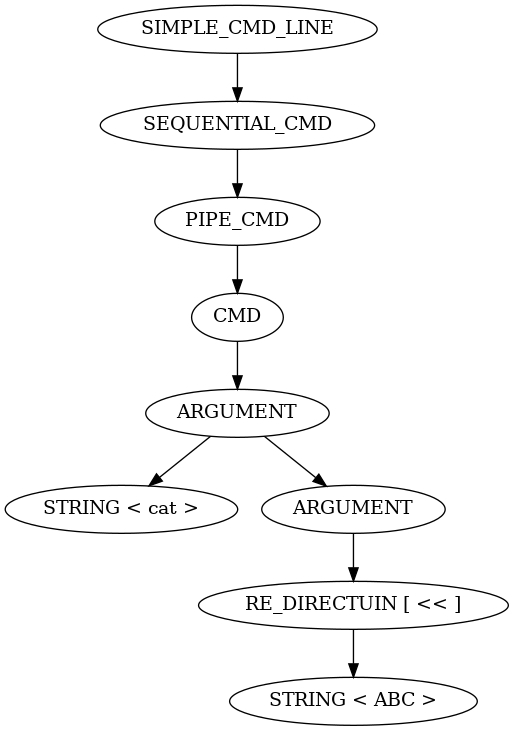
The Graphviz diagram parser.png in Glimbyte/exoshell, before a commit. Its source is kept beside it as parser.dot.
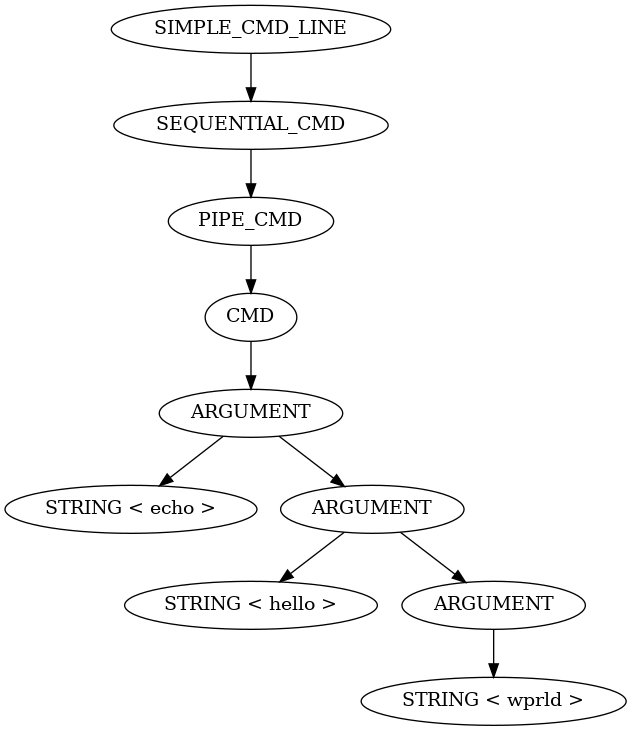
Later version of the same file.

The edit, as a diff of the source:
```diff
@@ -1,31 +1,21 @@
 digraph PARSER {
-	NODE_0x560b18c57d90 [label="SIMPLE_CMD_LINE\n"];
-	NODE_0x560b18c57d90 -> NODE_0x560b18c57d60
-	NODE_0x560b18c57d60 [label="SEQUENTIAL_CMD\n"];
-	NODE_0x560b18c57d60 -> NODE_0x560b18c57d30
-	NODE_0x560b18c57d30 [label="PIPE_CMD\n"];
-	NODE_0x560b18c57d30 -> NODE_0x560b18c57d00
-	NODE_0x560b18c57d00 [label="CMD\n"];
-	NODE_0x560b18c57d00 -> NODE_0x560b18c57cd0
-	NODE_0x560b18c57cd0 [label="ARGUMENT\n"];
-	NODE_0x560b18c57cd0 -> NODE_0x560b18c3aa30
-	NODE_0x560b18c57cd0 -> NODE_0x560b18c57ca0
-	NODE_0x560b18c3aa30 [label="STRING < cat >\n"];
-	NODE_0x560b18c57ca0 [label="ARGUMENT\n"];
-	NODE_0x560b18c57ca0 -> NODE_0x560b18c3aa60
-	NODE_0x560b18c57ca0 -> NODE_0x560b18c57c70
-	NODE_0x560b18c3aa60 [label="RE_DIRECTUIN [ << ]\n"];
-	NODE_0x560b18c3aa60 -> NODE_0x560b18c3aa90
-	NODE_0x560b18c3aa90 [label="STRING < ABC >\n"];
-	NODE_0x560b18c57c70 [label="ARGUMENT\n"];
-	NODE_0x560b18c57c70 -> NODE_0x560b18c3aac0
-	NODE_0x560b18c57c70 -> NODE_0x560b18c57c40
-	NODE_0x560b18c3aac0 [label="RE_DIRECTUIN [ << ]\n"];
-	NODE_0x560b18c3aac0 -> NODE_0x560b18c3aaf0
-	NODE_0x560b18c3aaf0 [label="STRING < DEF >\n"];
-	NODE_0x560b18c57c40 [label="ARGUMENT\n"];
-	NODE_0x560b18c57c40 -> NODE_0x560b18c57be0
-	NODE_0x560b18c57be0 [label="RE_DIRECTUIN [ << ]\n"];
-	NODE_0x560b18c57be0 -> NODE_0x560b18c57c10
-	NODE_0x560b18c57c10 [label="STRING < GHI >\n"];
+	NODE_0x5646475cac10 [label="SIMPLE_CMD_LINE\n"];
+	NODE_0x5646475cac10 -> NODE_0x5646475cabe0
+	NODE_0x5646475cabe0 [label="SEQUENTIAL_CMD\n"];
+	NODE_0x5646475cabe0 -> NODE_0x5646475adad0
+	NODE_0x5646475adad0 [label="PIPE_CMD\n"];
+	NODE_0x5646475adad0 -> NODE_0x5646475adaa0
+	NODE_0x5646475adaa0 [label="CMD\n"];
+	NODE_0x5646475adaa0 -> NODE_0x5646475ada70
+	NODE_0x5646475ada70 [label="ARGUMENT\n"];
+	NODE_0x5646475ada70 -> NODE_0x5646475ad980
+	NODE_0x5646475ada70 -> NODE_0x5646475ada40
+	NODE_0x5646475ad980 [label="STRING < echo >\n"];
+	NODE_0x5646475ada40 [label="ARGUMENT\n"];
+	NODE_0x5646475ada40 -> NODE_0x5646475ad9b0
+	NODE_0x5646475ada40 -> NODE_0x5646475ada10
+	NODE_0x5646475ad9b0 [label="STRING < hello >\n"];
+	NODE_0x5646475ada10 [label="ARGUMENT\n"];
+	NODE_0x5646475ada10 -> NODE_0x5646475ad9e0
+	NODE_0x5646475ad9e0 [label="STRING < wprld >\n"];
 }
```
